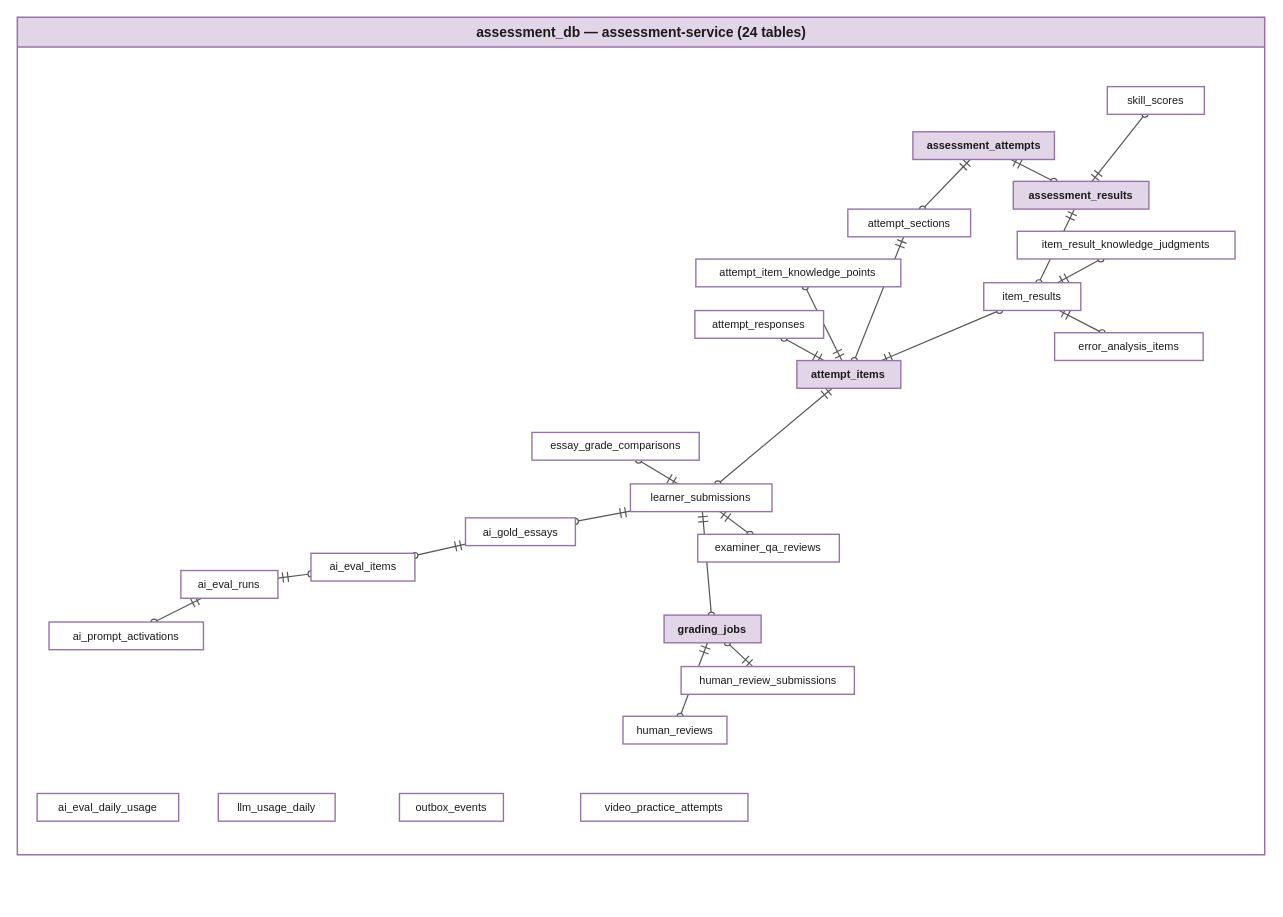
This is report-4-software-design-specification/diagrams/erd/er-all-assessment.drawio from IeltsPath-Platform/report, a draw.io file, before an edit. Source tidied: cells renumbered, new cells numbered last; positions are measured from the earlier drawing's top-left corner, leaving out a move shared by most shapes. Both pictures are drawn from the tidied source at 99%, with x=0, y=0 at pixel (17, 17).
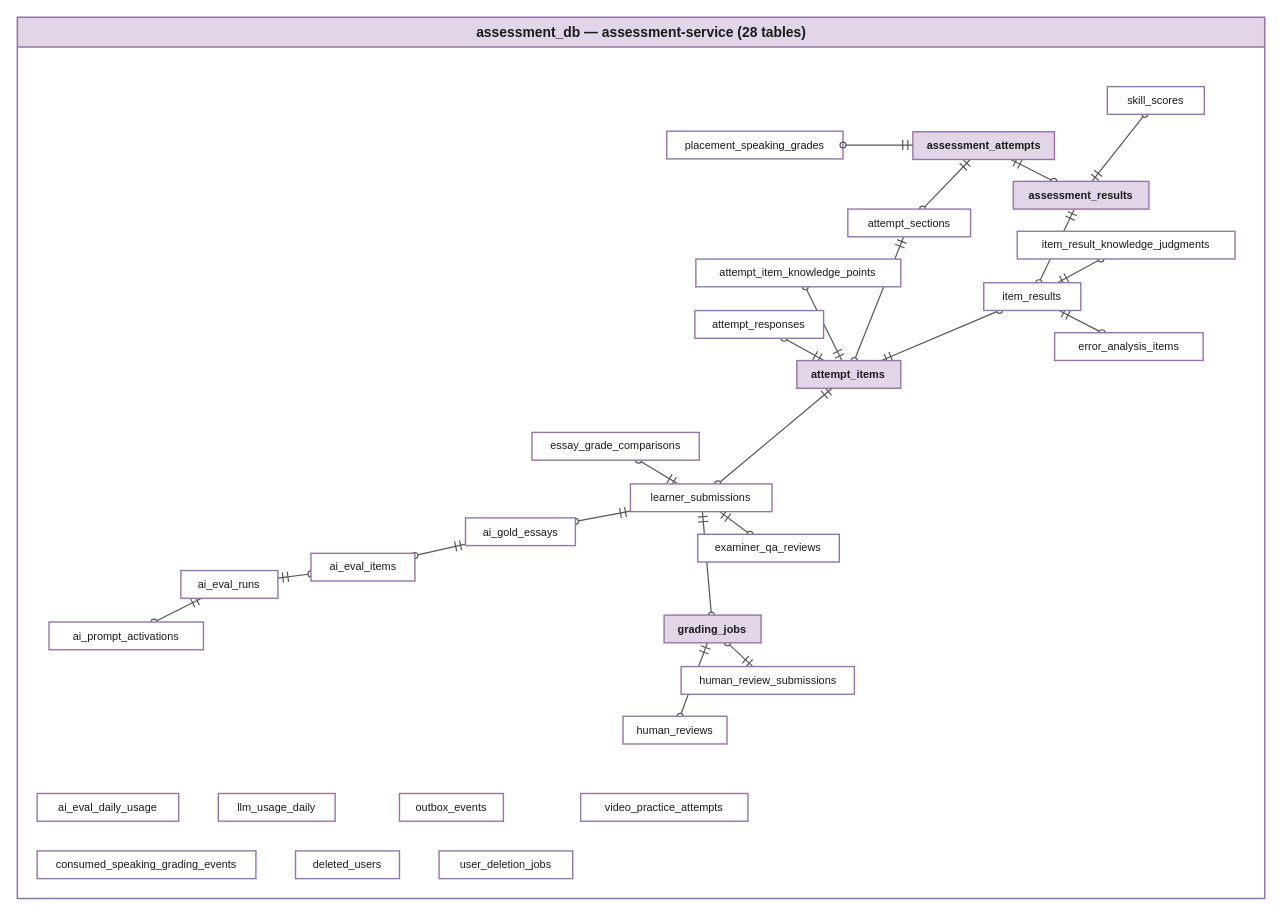
After the change.

Change to the diagram source:
```diff
@@
-    <mxCell id="2" value="assessment_db — assessment-service (24 tables)" style="swimlane;startSize=30;fontSize=14;fontStyle=1;fontFamily=Helvetica;fontColor=#1a1a1a;fillColor=#e1d5e7;strokeColor=#9673a6;swimlaneFillColor=#ffffff;strokeWidth=1.5;html=1;" parent="1" vertex="1">
-      <mxGeometry width="1260" height="846" as="geometry" />
+    <mxCell id="2" value="assessment_db — assessment-service (28 tables)" style="swimlane;startSize=30;fontSize=14;fontStyle=1;fontFamily=Helvetica;fontColor=#1a1a1a;fillColor=#e1d5e7;strokeColor=#9673a6;swimlaneFillColor=#ffffff;strokeWidth=1.5;html=1;" parent="1" vertex="1">
+      <mxGeometry width="1260" height="890" as="geometry" />
     </mxCell>
@@
+    <mxCell id="47" value="consumed_speaking_grading_events" style="rounded=0;html=1;whiteSpace=wrap;fontSize=11;fontFamily=Helvetica;fontColor=#1a1a1a;fillColor=#ffffff;strokeColor=#9673a6;strokeWidth=1.4;fontStyle=0;" parent="1" vertex="1">
+      <mxGeometry x="20" y="842" width="221" height="28" as="geometry" />
+    </mxCell>
+    <mxCell id="48" value="deleted_users" style="rounded=0;html=1;whiteSpace=wrap;fontSize=11;fontFamily=Helvetica;fontColor=#1a1a1a;fillColor=#ffffff;strokeColor=#9673a6;strokeWidth=1.4;fontStyle=0;" parent="1" vertex="1">
+      <mxGeometry x="281" y="842" width="105" height="28" as="geometry" />
+    </mxCell>
+    <mxCell id="49" value="user_deletion_jobs" style="rounded=0;html=1;whiteSpace=wrap;fontSize=11;fontFamily=Helvetica;fontColor=#1a1a1a;fillColor=#ffffff;strokeColor=#9673a6;strokeWidth=1.4;fontStyle=0;" parent="1" vertex="1">
+      <mxGeometry x="426" y="842" width="135" height="28" as="geometry" />
+    </mxCell>
+    <mxCell id="50" value="placement_speaking_grades" style="rounded=0;html=1;whiteSpace=wrap;fontSize=11;fontFamily=Helvetica;fontColor=#1a1a1a;fillColor=#ffffff;strokeColor=#9673a6;strokeWidth=1.4;fontStyle=0;" parent="1" vertex="1">
+      <mxGeometry x="656" y="115" width="178" height="28" as="geometry" />
+    </mxCell>
+    <mxCell id="51" style="html=1;endArrow=oval;endFill=0;endSize=6;startArrow=ERmandOne;startSize=8;strokeWidth=1.2;strokeColor=#555555;" parent="1" edge="1">
+      <mxGeometry relative="1" as="geometry">
+        <mxPoint x="904.6" y="129" as="sourcePoint" />
+        <mxPoint x="834" y="129" as="targetPoint" />
+      </mxGeometry>
+    </mxCell>
```
